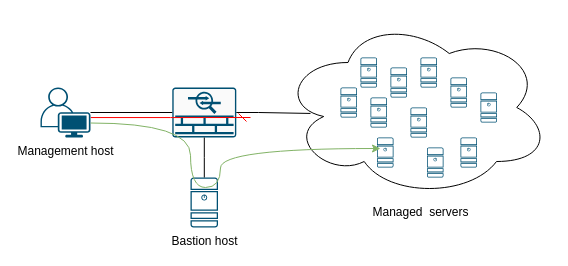
Before: Diagrams/Bastion host.drawio in dainok/courses, a draw.io diagram. Source tidied: cells renumbered, new cells numbered last; positions are measured from the earlier drawing's top-left corner, leaving out a move shared by most shapes. Both pictures are drawn from the tidied source at 100%, with x=0, y=0 at pixel (40, 17).
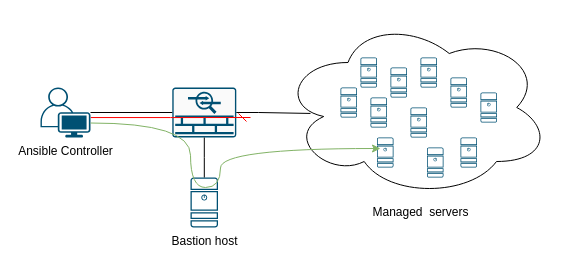
The same page after the edit.

Diff of the diagram source:
```diff
@@
-    <mxCell id="7" value="Management host" style="points=[[0.35,0,0],[0.98,0.51,0],[1,0.71,0],[0.67,1,0],[0,0.795,0],[0,0.65,0]];verticalLabelPosition=bottom;sketch=0;html=1;verticalAlign=top;align=center;shape=mxgraph.cisco19.user;fillColor=#005073;strokeColor=none;" parent="1" vertex="1">
+    <mxCell id="7" value="Ansible Controller" style="points=[[0.35,0,0],[0.98,0.51,0],[1,0.71,0],[0.67,1,0],[0,0.795,0],[0,0.65,0]];verticalLabelPosition=bottom;sketch=0;html=1;verticalAlign=top;align=center;shape=mxgraph.cisco19.user;fillColor=#005073;strokeColor=none;" parent="1" vertex="1">
       <mxGeometry y="70" width="50" height="50" as="geometry" />
     </mxCell>
```
